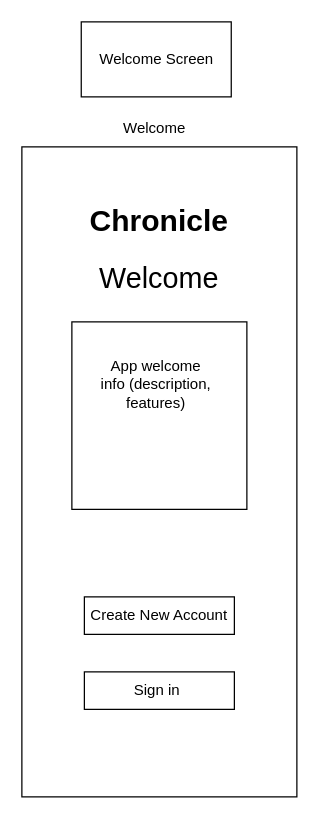
Before: page "ViewWelcomeScreen" (2 of 17) of Chronicle_Initial_App_Wireframe_Designs.drawio in Vaibhav-G-Parmar/Chronicle-Your-Ultimate-Travel-Companion, a draw.io diagram. Source tidied: cells renumbered, new cells numbered last; positions are measured from the earlier drawing's top-left corner, leaving out a move shared by most shapes. Both pictures are drawn from the tidied source at 125%, with x=0, y=0 at pixel (21, 21).
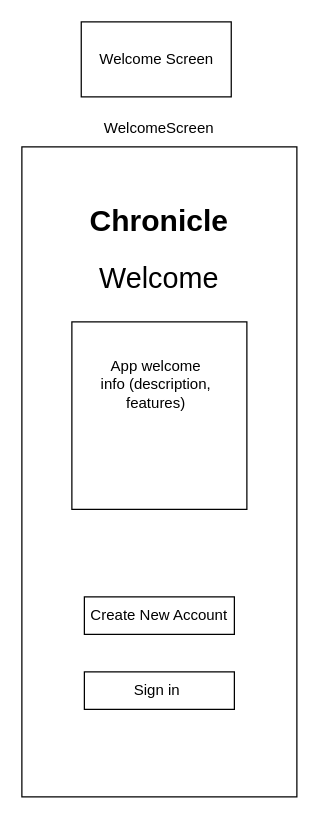
Above is the later version.

What changed in the source:
```diff
@@
 <mxGraphModel>
   <root>
     <mxCell id="0" />
     <mxCell id="1" parent="0" />
     <mxCell id="2" style="endArrow=none;html=1;rounded=0;" parent="1" edge="1">
       <mxGeometry relative="1" as="geometry">
         <mxPoint x="200" y="140" as="sourcePoint" />
         <mxPoint x="200" y="140" as="targetPoint" />
       </mxGeometry>
     </mxCell>
     <mxCell id="3" style="rounded=0;whiteSpace=wrap;html=1;" parent="1" vertex="1">
       <mxGeometry y="100" width="220" height="520" as="geometry" />
     </mxCell>
     <mxCell id="4" value="&lt;font style=&quot;font-size: 23px;&quot;&gt;Welcome&lt;/font&gt;" style="text;html=1;strokeColor=none;fillColor=none;align=center;verticalAlign=middle;whiteSpace=wrap;rounded=0;" parent="1" vertex="1">
       <mxGeometry x="65" y="190" width="90" height="30" as="geometry" />
     </mxCell>
     <mxCell id="5" style="rounded=0;whiteSpace=wrap;html=1;" parent="1" vertex="1">
       <mxGeometry x="40" y="240" width="140" height="150" as="geometry" />
     </mxCell>
     <mxCell id="6" value="App welcome info (description, features)" style="text;html=1;strokeColor=none;fillColor=none;align=center;verticalAlign=middle;whiteSpace=wrap;rounded=0;" parent="1" vertex="1">
       <mxGeometry x="60" y="265.5" width="95" height="49" as="geometry" />
     </mxCell>
     <mxCell id="7" value="Sign in&amp;nbsp;" style="rounded=0;whiteSpace=wrap;html=1;" parent="1" vertex="1">
       <mxGeometry x="50" y="520" width="120" height="30" as="geometry" />
     </mxCell>
     <mxCell id="8" value="&lt;div style=&quot;&quot;&gt;Create New Account&lt;/div&gt;" style="rounded=0;whiteSpace=wrap;html=1;align=center;verticalAlign=middle;" parent="1" vertex="1">
       <mxGeometry x="50" y="460" width="120" height="30" as="geometry" />
     </mxCell>
-    <mxCell id="9" value="Welcome&amp;nbsp;" style="text;html=1;strokeColor=none;fillColor=none;align=center;verticalAlign=middle;whiteSpace=wrap;rounded=0;" parent="1" vertex="1">
-      <mxGeometry x="77.5" y="70" width="60" height="30" as="geometry" />
-    </mxCell>
     <mxCell id="10" value="Welcome Screen" style="rounded=0;whiteSpace=wrap;html=1;" parent="1" vertex="1">
       <mxGeometry x="47.5" width="120" height="60" as="geometry" />
     </mxCell>
     <mxCell id="11" value="&lt;h1&gt;Chronicle&lt;/h1&gt;&lt;p&gt;&lt;br&gt;&lt;/p&gt;" style="text;html=1;strokeColor=none;fillColor=none;spacing=5;spacingTop=-20;whiteSpace=wrap;overflow=hidden;rounded=0;align=center;" parent="1" vertex="1">
       <mxGeometry x="45" y="140" width="130" height="40" as="geometry" />
     </mxCell>
+    <mxCell id="12" value="WelcomeScreen" style="text;html=1;strokeColor=none;fillColor=none;align=center;verticalAlign=middle;whiteSpace=wrap;rounded=0;" parent="1" vertex="1">
+      <mxGeometry x="80" y="70" width="60" height="30" as="geometry" />
+    </mxCell>
   </root>
 </mxGraphModel>
```
